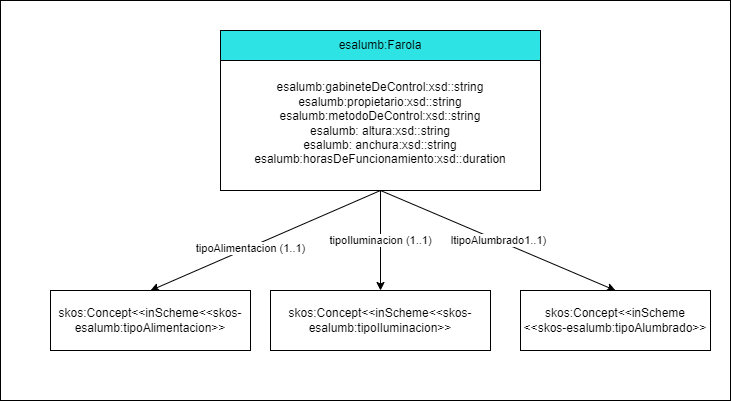
This is resources/images/listas skos.png from MMB99/Alumbrado, a draw.io export, as it was before one commit. Source tidied: cells renumbered, new cells last; positions are measured from the earlier drawing's top-left corner, leaving out a move shared by most shapes.
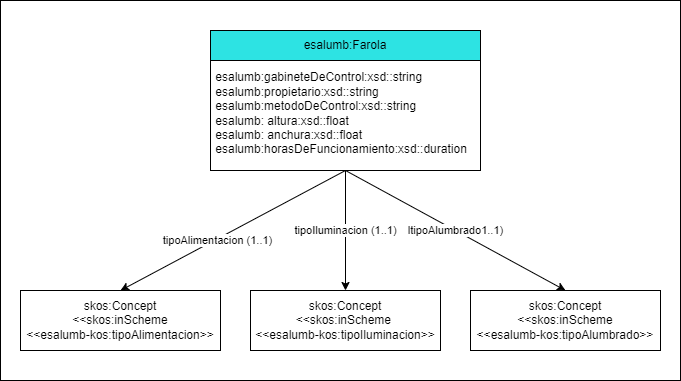
Later version of the same file.

The edit, as a diff of the source:
```diff
@@ -2,42 +2,40 @@
   <root>
     <mxCell id="0" />
     <mxCell id="1" parent="0" />
-    <mxCell id="2" style="rounded=0;whiteSpace=wrap;html=1;" parent="1" vertex="1">
-      <mxGeometry width="730" height="400" as="geometry" />
-    </mxCell>
-    <mxCell id="3" value="&lt;span&gt;esalumb:gabineteDeControl:xsd::string&lt;/span&gt;&lt;u&gt;&lt;br&gt;&lt;/u&gt;esalumb:propietario:xsd::string&lt;br&gt;esalumb:metodoDeControl:xsd::string&lt;br&gt;esalumb: altura:xsd::string&lt;br&gt;esalumb: anchura:xsd::string&lt;br&gt;esalumb:horasDeFuncionamiento:xsd::duration&lt;span&gt;&lt;br&gt;&lt;/span&gt;" style="rounded=0;whiteSpace=wrap;html=1;snapToPoint=1;points=[[0.1,0],[0.2,0],[0.3,0],[0.4,0],[0.5,0],[0.6,0],[0.7,0],[0.8,0],[0.9,0],[0,0.1],[0,0.3],[0,0.5],[0,0.7],[0,0.9],[0.1,1],[0.2,1],[0.3,1],[0.4,1],[0.5,1],[0.6,1],[0.7,1],[0.8,1],[0.9,1],[1,0.1],[1,0.3],[1,0.5],[1,0.7],[1,0.9]];" parent="1" vertex="1">
-      <mxGeometry x="220" y="55" width="320" height="135" as="geometry" />
-    </mxCell>
+    <mxCell id="14" style="rounded=0;whiteSpace=wrap;html=1;" parent="1" vertex="1">
+      <mxGeometry x="10" width="680" height="380" as="geometry" />
+    </mxCell>
+    <mxCell id="15" value="&lt;div style=&quot;&quot;&gt;&lt;span style=&quot;background-color: initial;&quot;&gt;&amp;nbsp;esalumb:gabineteDeControl:xsd::string&lt;/span&gt;&lt;/div&gt;&lt;div style=&quot;&quot;&gt;&lt;span style=&quot;background-color: initial;&quot;&gt;&amp;nbsp;esalumb:propietario:xsd::string&lt;/span&gt;&lt;/div&gt;&lt;div style=&quot;&quot;&gt;&lt;span style=&quot;background-color: initial;&quot;&gt;&amp;nbsp;esalumb:metodoDeControl:xsd::string&lt;/span&gt;&lt;/div&gt;&lt;div style=&quot;&quot;&gt;&lt;span style=&quot;background-color: initial;&quot;&gt;&amp;nbsp;esalumb: altura:xsd::float&lt;/span&gt;&lt;/div&gt;&lt;div style=&quot;&quot;&gt;&lt;span style=&quot;background-color: initial;&quot;&gt;&amp;nbsp;esalumb: anchura:xsd::float&lt;/span&gt;&lt;/div&gt;&lt;div style=&quot;&quot;&gt;&lt;span style=&quot;background-color: initial;&quot;&gt;&amp;nbsp;esalumb:horasDeFuncionamiento:xsd::duration&lt;/span&gt;&lt;/div&gt;" style="rounded=0;whiteSpace=wrap;html=1;snapToPoint=1;points=[[0.1,0],[0.2,0],[0.3,0],[0.4,0],[0.5,0],[0.6,0],[0.7,0],[0.8,0],[0.9,0],[0,0.1],[0,0.3],[0,0.5],[0,0.7],[0,0.9],[0.1,1],[0.2,1],[0.3,1],[0.4,1],[0.5,1],[0.6,1],[0.7,1],[0.8,1],[0.9,1],[1,0.1],[1,0.3],[1,0.5],[1,0.7],[1,0.9]];align=left;" parent="1" vertex="1">
+      <mxGeometry x="220" y="55" width="270" height="115" as="geometry" />
+    </mxCell>
     <mxCell id="4" value="esalumb:Farola" style="rounded=0;whiteSpace=wrap;html=1;fillColor=#2DE3E3;" parent="1" vertex="1">
-      <mxGeometry x="220" y="30" width="320" height="30" as="geometry" />
+      <mxGeometry x="220" y="30" width="270" height="30" as="geometry" />
     </mxCell>
-    <mxCell id="5" style="edgeStyle=orthogonalEdgeStyle;rounded=0;orthogonalLoop=1;jettySize=auto;html=1;exitX=0.5;exitY=1;exitDx=0;exitDy=0;" parent="1" edge="1" source="3" target="3">
-      <mxGeometry relative="1" as="geometry" />
-    </mxCell>
-    <mxCell id="6" value="skos:Concept&amp;lt;&amp;lt;inScheme&amp;lt;&amp;lt;skos-esalumb:tipoIluminacion&amp;gt;&amp;gt;" style="rounded=0;whiteSpace=wrap;html=1;" parent="1" vertex="1">
-      <mxGeometry x="270" y="290" width="220" height="60" as="geometry" />
-    </mxCell>
-    <mxCell id="7" value="skos:Concept&amp;lt;&amp;lt;inScheme&lt;br&gt;&amp;lt;&amp;lt;skos-esalumb:tipoAlumbrado&amp;gt;&amp;gt;" style="rounded=0;whiteSpace=wrap;html=1;" parent="1" vertex="1">
-      <mxGeometry x="520" y="290" width="190" height="60" as="geometry" />
-    </mxCell>
-    <mxCell id="8" value="skos:Concept&amp;lt;&amp;lt;inScheme&amp;lt;&amp;lt;skos-esalumb:tipoAlimentacion&amp;gt;&amp;gt;" style="rounded=0;whiteSpace=wrap;html=1;" parent="1" vertex="1">
-      <mxGeometry x="50" y="290" width="200" height="60" as="geometry" />
-    </mxCell>
-    <mxCell id="9" style="edgeStyle=orthogonalEdgeStyle;rounded=0;orthogonalLoop=1;jettySize=auto;html=1;exitX=0.5;exitY=1;exitDx=0;exitDy=0;" parent="1" edge="1" source="7" target="7">
-      <mxGeometry relative="1" as="geometry" />
-    </mxCell>
+    <mxCell id="16" style="edgeStyle=orthogonalEdgeStyle;rounded=0;orthogonalLoop=1;jettySize=auto;html=1;exitX=0.5;exitY=1;exitDx=0;exitDy=0;" parent="1" edge="1" source="15" target="15">
+      <mxGeometry relative="1" as="geometry" />
+    </mxCell>
+    <mxCell id="17" value="skos:Concept&lt;br&gt;&amp;lt;&amp;lt;skos:inScheme &lt;br&gt;&amp;lt;&amp;lt;esalumb-kos:tipoIluminacion&amp;gt;&amp;gt;" style="rounded=0;whiteSpace=wrap;html=1;" parent="1" vertex="1">
+      <mxGeometry x="260" y="290" width="190" height="60" as="geometry" />
+    </mxCell>
+    <mxCell id="18" value="skos:Concept&lt;br&gt;&amp;lt;&amp;lt;skos:inScheme&lt;br&gt;&amp;lt;&amp;lt;esalumb-kos:tipoAlumbrado&amp;gt;&amp;gt;" style="rounded=0;whiteSpace=wrap;html=1;" parent="1" vertex="1">
+      <mxGeometry x="480" y="290" width="190" height="60" as="geometry" />
+    </mxCell>
+    <mxCell id="19" value="skos:Concept&lt;br&gt;&amp;lt;&amp;lt;skos:inScheme&lt;br&gt;&amp;lt;&amp;lt;esalumb-kos:tipoAlimentacion&amp;gt;&amp;gt;" style="rounded=0;whiteSpace=wrap;html=1;" parent="1" vertex="1">
+      <mxGeometry x="30" y="290" width="200" height="60" as="geometry" />
+    </mxCell>
+    <mxCell id="20" style="edgeStyle=orthogonalEdgeStyle;rounded=0;orthogonalLoop=1;jettySize=auto;html=1;exitX=0.5;exitY=1;exitDx=0;exitDy=0;" parent="1" edge="1" source="18" target="18">
+      <mxGeometry relative="1" as="geometry" />
+    </mxCell>
-    <mxCell id="10" value="ltipoAlumbrado1..1)" style="endArrow=classic;html=1;rounded=0;exitX=0.5;exitY=1;exitDx=0;exitDy=0;entryX=0.5;entryY=0;entryDx=0;entryDy=0;" parent="1" edge="1" source="3" target="7">
+    <mxCell id="10" value="ltipoAlumbrado1..1)" style="endArrow=classic;html=1;rounded=0;exitX=0.5;exitY=1;exitDx=0;exitDy=0;entryX=0.5;entryY=0;entryDx=0;entryDy=0;" parent="1" edge="1" source="15" target="18">
       <mxGeometry relative="1" as="geometry" />
     </mxCell>
-    <mxCell id="11" value="tipoIluminacion (1..1)" style="endArrow=classic;html=1;rounded=0;exitX=0.5;exitY=1;exitDx=0;exitDy=0;" parent="1" edge="1" source="3" target="6">
+    <mxCell id="11" value="tipoIluminacion (1..1)" style="endArrow=classic;html=1;rounded=0;" parent="1" edge="1" source="15" target="17">
       <mxGeometry relative="1" as="geometry" />
     </mxCell>
-    <mxCell id="12" style="endArrow=classic;html=1;rounded=0;entryX=0.5;entryY=0;entryDx=0;entryDy=0;" parent="1" edge="1" target="8">
-      <mxGeometry relative="1" as="geometry">
-        <mxPoint x="380" y="190" as="sourcePoint" />
-      </mxGeometry>
-    </mxCell>
+    <mxCell id="21" style="endArrow=classic;html=1;rounded=0;entryX=0.5;entryY=0;entryDx=0;entryDy=0;exitX=0.5;exitY=1;exitDx=0;exitDy=0;" parent="1" edge="1" source="15" target="19">
+      <mxGeometry relative="1" as="geometry" />
+    </mxCell>
-    <mxCell id="13" value="tipoAlimentacion (1..1)" style="edgeLabel;html=1;align=center;verticalAlign=middle;" parent="12" vertex="1">
+    <mxCell id="13" value="tipoAlimentacion (1..1)" style="edgeLabel;html=1;align=center;verticalAlign=middle;" parent="21" vertex="1">
       <mxGeometry x="0.14" y="1" relative="1" as="geometry" />
     </mxCell>
   </root>
```
